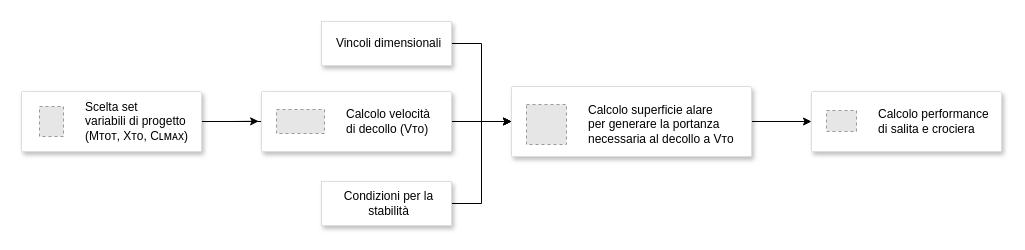
The draw.io diagram img/Dimensionamento.drawio in emanuele-cason/Tesi, before the edit. Source tidied: cells renumbered, new cells numbered last; positions are measured from the earlier drawing's top-left corner, leaving out a move shared by most shapes. Both pictures are drawn from the tidied source at 100%, with x=0, y=0 at pixel (21, 21). Pictures stored in the file or linked from it are replaced by grey dashed boxes.
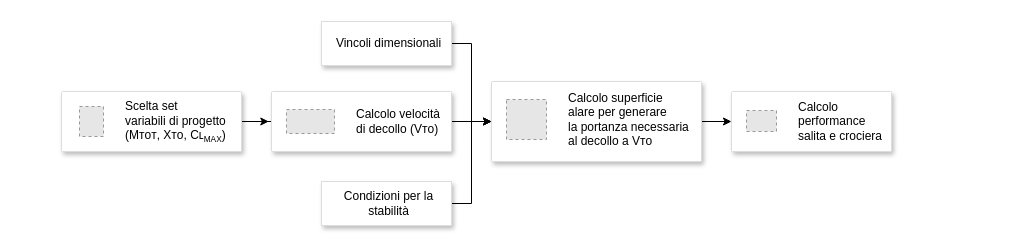
After the change.

What changed in the source:
```diff
@@
     <mxCell id="4" style="strokeColor=#dddddd;shadow=1;strokeWidth=1;rounded=1;absoluteArcSize=1;arcSize=2;" parent="1" vertex="1">
-      <mxGeometry y="70" width="180" height="60" as="geometry" />
+      <mxGeometry x="40" y="70" width="180" height="60" as="geometry" />
     </mxCell>
-    <mxCell id="5" value="&lt;font color=&quot;#000000&quot;&gt;Scelta set &lt;br&gt;variabili di progetto&lt;br&gt;(Mᴛᴏᴛ, Xᴛᴏ, Cʟᴍᴀx)&lt;br&gt;&lt;/font&gt;" style="fillColor=#E6E6E6;strokeColor=#999999;dashed=1;html=1;fontColor=#999999;verticalLabelPosition=middle;labelBackgroundColor=#ffffff;verticalAlign=middle;labelPosition=right;align=left;spacingLeft=20;" parent="4" vertex="1">
+    <mxCell id="5" value="&lt;font color=&quot;#000000&quot;&gt;Scelta set &lt;br&gt;variabili di progetto&lt;br&gt;(Mᴛᴏᴛ, Xᴛᴏ, Cʟ&lt;span style=&quot;font-size: 10px;&quot;&gt;&lt;sub&gt;MAX&lt;/sub&gt;&lt;/span&gt;)&lt;br&gt;&lt;/font&gt;" style="fillColor=#E6E6E6;strokeColor=#999999;dashed=1;html=1;fontColor=#999999;verticalLabelPosition=middle;labelBackgroundColor=#ffffff;verticalAlign=middle;labelPosition=right;align=left;spacingLeft=20;" parent="4" vertex="1">
       <mxGeometry width="24" height="30" relative="1" as="geometry">
         <mxPoint x="18" y="15" as="offset" />
       </mxGeometry>
     </mxCell>
@@
     <mxCell id="7" style="strokeColor=#dddddd;shadow=1;strokeWidth=1;rounded=1;absoluteArcSize=1;arcSize=2;" parent="1" vertex="1">
-      <mxGeometry x="240" y="70" width="190" height="60" as="geometry" />
+      <mxGeometry x="250" y="70" width="180" height="60" as="geometry" />
     </mxCell>
@@
     <mxCell id="10" style="strokeColor=#dddddd;shadow=1;strokeWidth=1;rounded=1;absoluteArcSize=1;arcSize=2;" parent="1" vertex="1">
-      <mxGeometry x="490" y="65" width="240" height="70" as="geometry" />
+      <mxGeometry x="470" y="60" width="210" height="80" as="geometry" />
     </mxCell>
-    <mxCell id="11" value="&lt;font color=&quot;#000000&quot;&gt;Calcolo superficie alare&amp;nbsp;&lt;br&gt;per generare la portanza&amp;nbsp;&lt;br&gt;necessaria al decollo a&amp;nbsp;Vᴛᴏ&lt;br&gt;&lt;/font&gt;" style="fillColor=#E6E6E6;strokeColor=#999999;dashed=1;html=1;fontColor=#999999;verticalLabelPosition=middle;labelBackgroundColor=#ffffff;verticalAlign=middle;labelPosition=right;align=left;spacingLeft=20;" parent="10" vertex="1">
+    <mxCell id="11" value="&lt;font color=&quot;#000000&quot;&gt;Calcolo superficie &lt;br&gt;alare&amp;nbsp;per generare&lt;br&gt;la portanza&amp;nbsp;necessaria&lt;br&gt;al decollo a&amp;nbsp;Vᴛᴏ&lt;br&gt;&lt;/font&gt;" style="fillColor=#E6E6E6;strokeColor=#999999;dashed=1;html=1;fontColor=#999999;verticalLabelPosition=middle;labelBackgroundColor=#ffffff;verticalAlign=middle;labelPosition=right;align=left;spacingLeft=20;" parent="10" vertex="1">
       <mxGeometry width="40" height="40" relative="1" as="geometry">
         <mxPoint x="15" y="18" as="offset" />
       </mxGeometry>
     </mxCell>
@@
     <mxCell id="16" style="strokeColor=#dddddd;shadow=1;strokeWidth=1;rounded=1;absoluteArcSize=1;arcSize=2;" parent="1" vertex="1">
-      <mxGeometry x="790" y="70" width="190" height="60" as="geometry" />
+      <mxGeometry x="710" y="70" width="160" height="60" as="geometry" />
     </mxCell>
-    <mxCell id="17" value="&lt;font color=&quot;#000000&quot;&gt;Calcolo performance&lt;br&gt;di salita e crociera&lt;br&gt;&lt;/font&gt;" style="fillColor=#E6E6E6;strokeColor=#999999;dashed=1;html=1;fontColor=#999999;verticalLabelPosition=middle;labelBackgroundColor=#ffffff;verticalAlign=middle;labelPosition=right;align=left;spacingLeft=20;" parent="16" vertex="1">
+    <mxCell id="17" value="&lt;font color=&quot;#000000&quot;&gt;Calcolo &lt;br&gt;performance&lt;br&gt;salita e crociera&lt;br&gt;&lt;/font&gt;" style="fillColor=#E6E6E6;strokeColor=#999999;dashed=1;html=1;fontColor=#999999;verticalLabelPosition=middle;labelBackgroundColor=#ffffff;verticalAlign=middle;labelPosition=right;align=left;spacingLeft=20;" parent="16" vertex="1">
       <mxGeometry width="30" height="21" relative="1" as="geometry">
         <mxPoint x="15" y="19" as="offset" />
       </mxGeometry>
     </mxCell>
```
